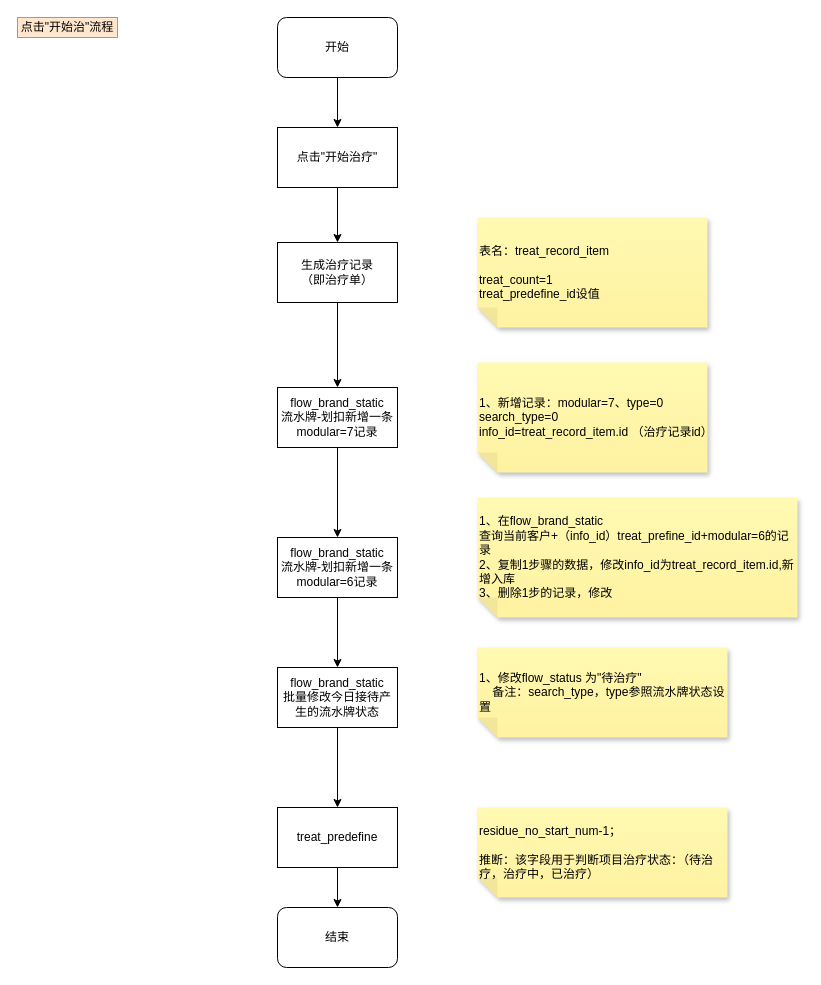
The draw.io diagram ys_治疗流程.drawio in LuckyHuXing/mcp-server-demo, before the edit. Source tidied: cells renumbered, new cells numbered last; positions are measured from the earlier drawing's top-left corner, leaving out a move shared by most shapes. Both pictures are drawn from the tidied source at 100%, with x=0, y=0 at pixel (17, 17).
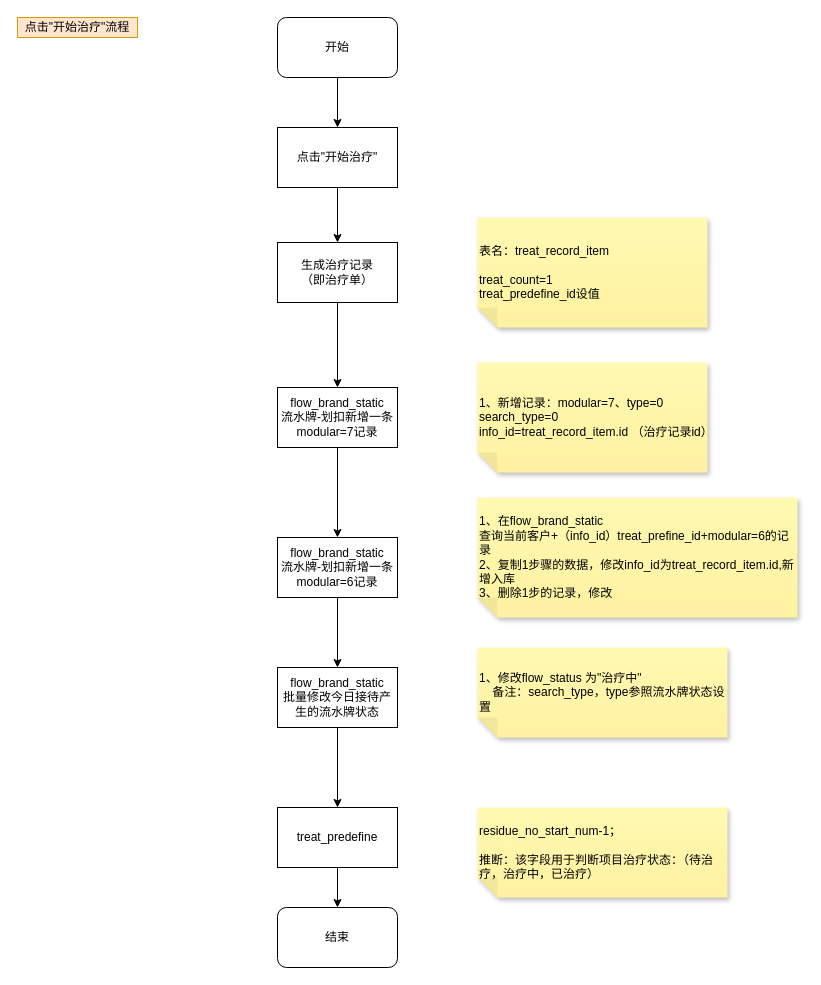
Above is the later version.

Commit message:
更新ys_治疗流程.drawio

The edit, as a diff of the source:
```diff
@@
-    <mxCell id="17" value="&lt;div style=&quot;&quot;&gt;1、修改flow_status 为&quot;待治疗&quot;&lt;/div&gt;&lt;div style=&quot;&quot;&gt;&amp;nbsp; &amp;nbsp; 备注：search_type，type参照流水牌状态设置&lt;/div&gt;" style="shape=note;whiteSpace=wrap;html=1;backgroundOutline=1;fontColor=#000000;darkOpacity=0.05;fillColor=#FFF9B2;strokeColor=none;fillStyle=solid;direction=west;gradientDirection=north;gradientColor=#FFF2A1;shadow=1;size=20;align=left;" parent="1" vertex="1">
+    <mxCell id="17" value="&lt;div style=&quot;&quot;&gt;1、修改flow_status 为&quot;治疗中&quot;&lt;/div&gt;&lt;div style=&quot;&quot;&gt;&amp;nbsp; &amp;nbsp; 备注：search_type，type参照流水牌状态设置&lt;/div&gt;" style="shape=note;whiteSpace=wrap;html=1;backgroundOutline=1;fontColor=#000000;darkOpacity=0.05;fillColor=#FFF9B2;strokeColor=none;fillStyle=solid;direction=west;gradientDirection=north;gradientColor=#FFF2A1;shadow=1;size=20;align=left;" parent="1" vertex="1">
       <mxGeometry x="460" y="630" width="250" height="90" as="geometry" />
     </mxCell>
@@
-    <mxCell id="22" value="点击&quot;开始治&quot;流程" style="text;html=1;whiteSpace=wrap;strokeColor=#d79b00;fillColor=#ffe6cc;align=center;verticalAlign=middle;rounded=0;" parent="1" vertex="1">
-      <mxGeometry width="100" height="20" as="geometry" />
+    <mxCell id="22" value="点击&quot;开始治疗&quot;流程" style="text;html=1;whiteSpace=wrap;strokeColor=#d79b00;fillColor=#ffe6cc;align=center;verticalAlign=middle;rounded=0;" parent="1" vertex="1">
+      <mxGeometry width="120" height="20" as="geometry" />
     </mxCell>
```
